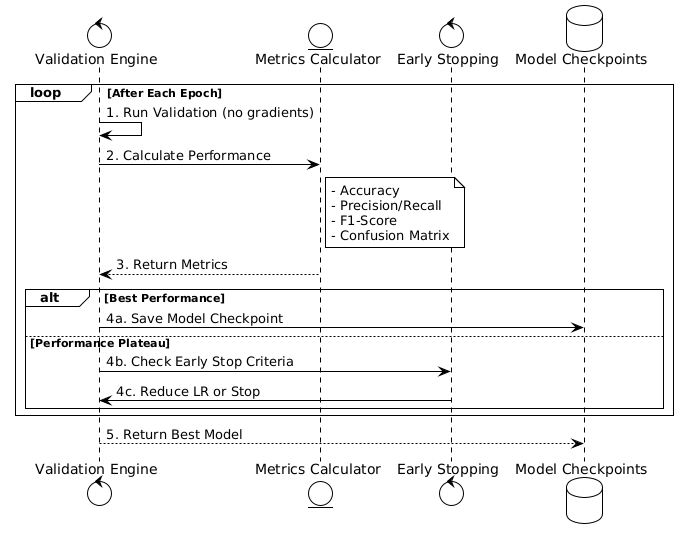
Earlier version of the PlantUML export img/system-archi-model-section3.png (simon-javier/backup-manuscript-thesis). Source of this version:
```plantuml
@startuml
!theme plain

control "Validation Engine" as Valid
entity "Metrics Calculator" as Metrics
control "Early Stopping" as Early
database "Model Checkpoints" as Storage

loop After Each Epoch
    Valid -> Valid: 1. Run Validation (no gradients)
    Valid -> Metrics: 2. Calculate Performance

    note right of Metrics
      - Accuracy
      - Precision/Recall
      - F1-Score
      - Confusion Matrix
    end note

    Metrics --> Valid: 3. Return Metrics

    alt Best Performance
        Valid -> Storage: 4a. Save Model Checkpoint
    else Performance Plateau
        Valid -> Early: 4b. Check Early Stop Criteria
        Early -> Valid: 4c. Reduce LR or Stop
    end
end

Valid --> Storage: 5. Return Best Model
@enduml
```
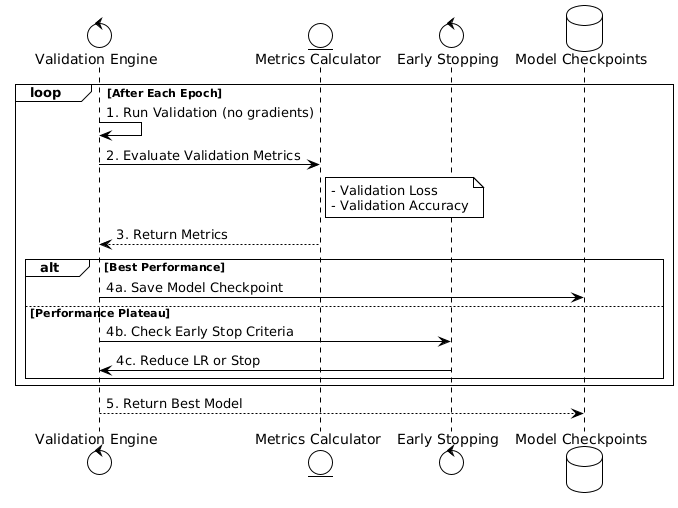
Above is the later version.

Change to the diagram source:
```diff
@@ -8,13 +8,11 @@
 
 loop After Each Epoch
     Valid -> Valid: 1. Run Validation (no gradients)
-    Valid -> Metrics: 2. Calculate Performance
+    Valid -> Metrics: 2. Evaluate Validation Metrics
 
     note right of Metrics
-      - Accuracy
-      - Precision/Recall
-      - F1-Score
-      - Confusion Matrix
+      - Validation Loss
+      - Validation Accuracy
     end note
 
     Metrics --> Valid: 3. Return Metrics
```
